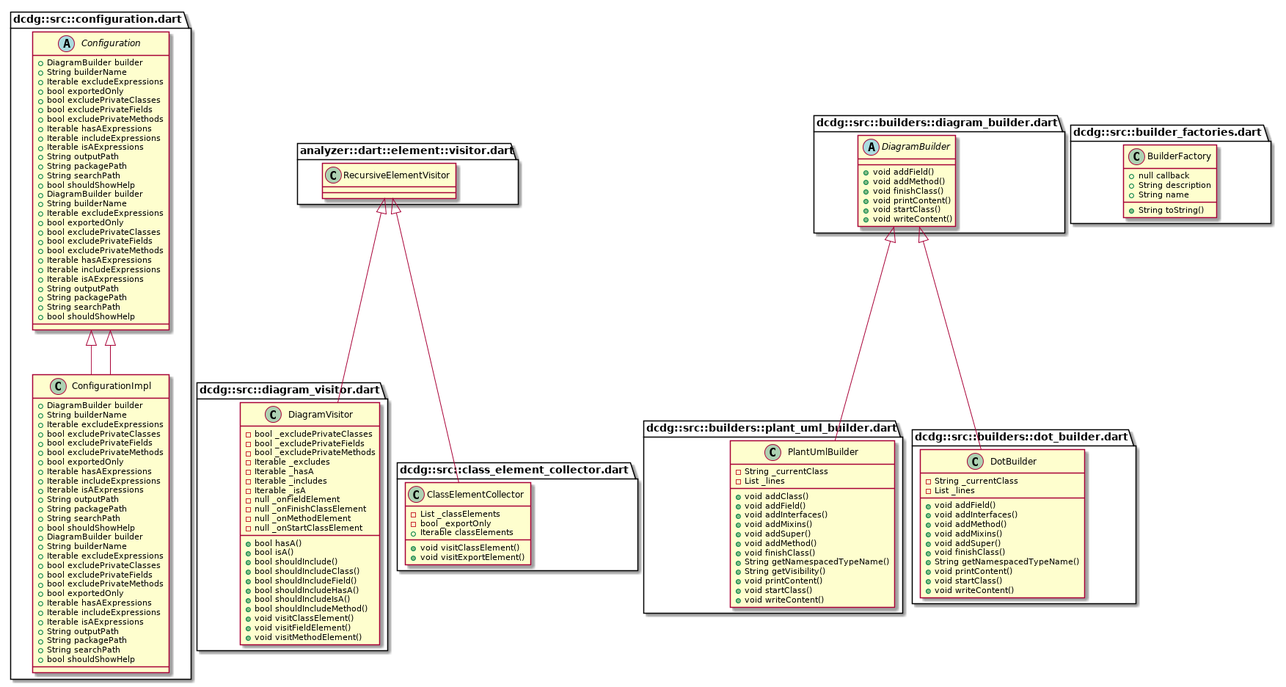
The PlantUML diagram example/dcdg.png in glesica/dcdg.dart, before a commit.
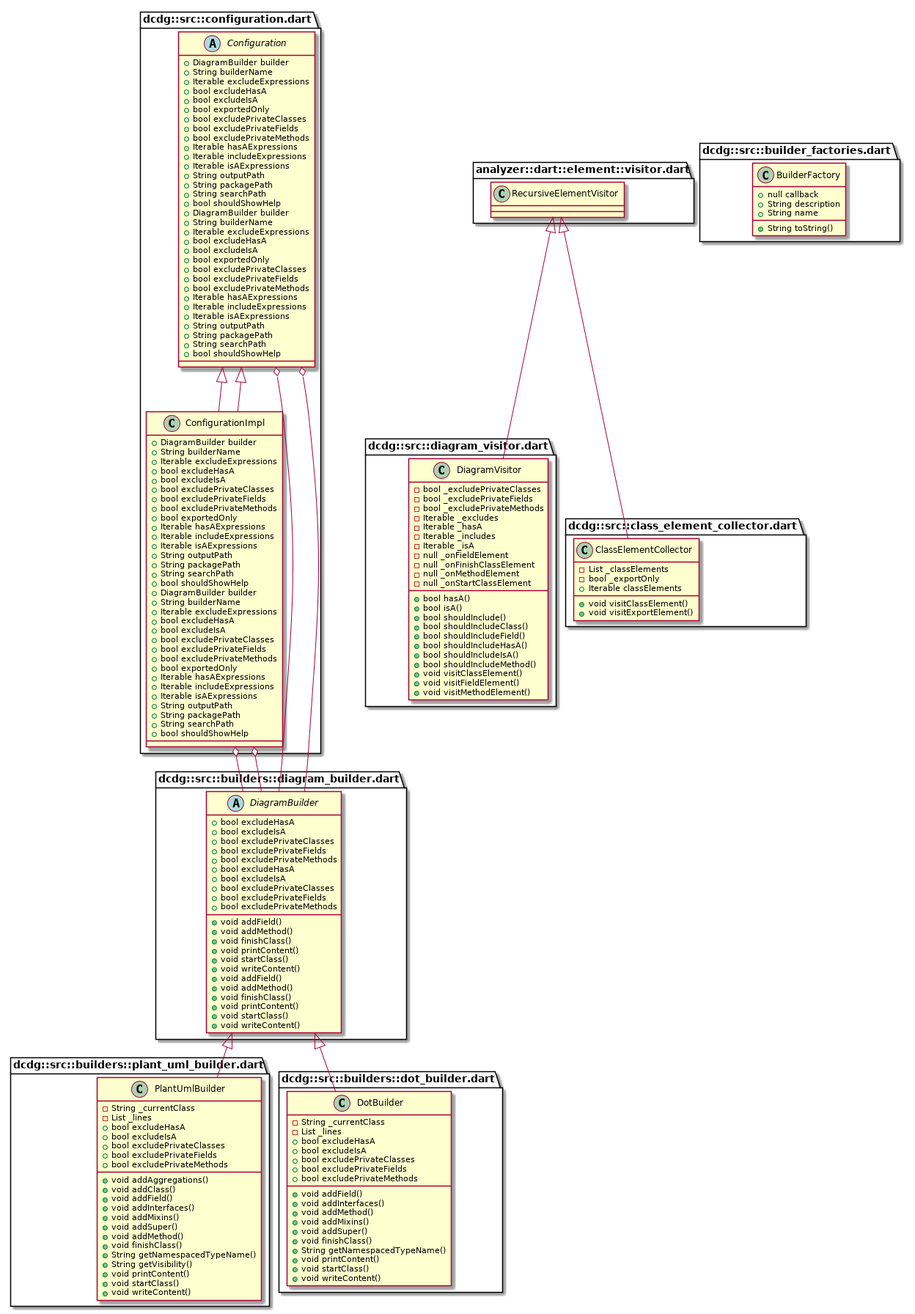
Later version of the same file.

What changed in the source:
```diff
@@ -5,6 +5,8 @@
   +DiagramBuilder builder
   +String builderName
   +Iterable excludeExpressions
+  +bool excludeHasA
+  +bool excludeIsA
   +bool exportedOnly
   +bool excludePrivateClasses
   +bool excludePrivateFields
@@ -18,12 +20,15 @@
   +bool shouldShowHelp
 }
 
+dcdg::src::configuration.dart::Configuration o-- dcdg::src::builders::diagram_builder.dart::DiagramBuilder
 
 
 class dcdg::src::configuration.dart::ConfigurationImpl {
   +DiagramBuilder builder
   +String builderName
   +Iterable excludeExpressions
+  +bool excludeHasA
+  +bool excludeIsA
   +bool excludePrivateClasses
   +bool excludePrivateFields
   +bool excludePrivateMethods
@@ -38,12 +43,31 @@
 }
 
 dcdg::src::configuration.dart::Configuration <|-- dcdg::src::configuration.dart::ConfigurationImpl
+dcdg::src::configuration.dart::ConfigurationImpl o-- dcdg::src::builders::diagram_builder.dart::DiagramBuilder
+
+
+abstract class dcdg::src::builders::diagram_builder.dart::DiagramBuilder {
+  +bool excludeHasA
+  +bool excludeIsA
+  +bool excludePrivateClasses
+  +bool excludePrivateFields
+  +bool excludePrivateMethods
+  +void addField()
+  +void addMethod()
+  +void finishClass()
+  +void printContent()
+  +void startClass()
+  +void writeContent()
+}
+
 
 
 abstract class dcdg::src::configuration.dart::Configuration {
   +DiagramBuilder builder
   +String builderName
   +Iterable excludeExpressions
+  +bool excludeHasA
+  +bool excludeIsA
   +bool exportedOnly
   +bool excludePrivateClasses
   +bool excludePrivateFields
@@ -57,12 +81,15 @@
   +bool shouldShowHelp
 }
 
+dcdg::src::configuration.dart::Configuration o-- dcdg::src::builders::diagram_builder.dart::DiagramBuilder
 
 
 class dcdg::src::configuration.dart::ConfigurationImpl {
   +DiagramBuilder builder
   +String builderName
   +Iterable excludeExpressions
+  +bool excludeHasA
+  +bool excludeIsA
   +bool excludePrivateClasses
   +bool excludePrivateFields
   +bool excludePrivateMethods
@@ -77,6 +104,7 @@
 }
 
 dcdg::src::configuration.dart::Configuration <|-- dcdg::src::configuration.dart::ConfigurationImpl
+dcdg::src::configuration.dart::ConfigurationImpl o-- dcdg::src::builders::diagram_builder.dart::DiagramBuilder
 
 
 class dcdg::src::diagram_visitor.dart::DiagramVisitor {
@@ -110,6 +138,12 @@
 class dcdg::src::builders::plant_uml_builder.dart::PlantUmlBuilder {
   -String _currentClass
   -List _lines
+  +bool excludeHasA
+  +bool excludeIsA
+  +bool excludePrivateClasses
+  +bool excludePrivateFields
+  +bool excludePrivateMethods
+  +void addAggregations()
   +void addClass()
   +void addField()
   +void addInterfaces()
@@ -130,6 +164,11 @@
 class dcdg::src::builders::dot_builder.dart::DotBuilder {
   -String _currentClass
   -List _lines
+  +bool excludeHasA
+  +bool excludeIsA
+  +bool excludePrivateClasses
+  +bool excludePrivateFields
+  +bool excludePrivateMethods
   +void addField()
   +void addInterfaces()
   +void addMethod()
@@ -146,6 +185,11 @@
 
 
 abstract class dcdg::src::builders::diagram_builder.dart::DiagramBuilder {
+  +bool excludeHasA
+  +bool excludeIsA
+  +bool excludePrivateClasses
+  +bool excludePrivateFields
+  +bool excludePrivateMethods
   +void addField()
   +void addMethod()
   +void finishClass()
```
